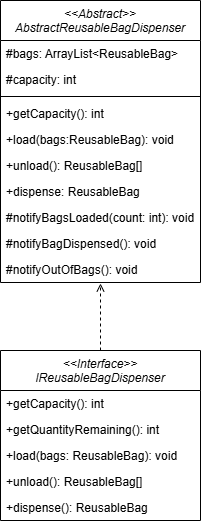
Earlier version of the draw.io export visuals/class_structure_diagram_v1_1.png (marinara782/SuperMarket-Project-2). Source tidied: cells renumbered, new cells last; positions are measured from the earlier drawing's top-left corner, leaving out a move shared by most shapes.
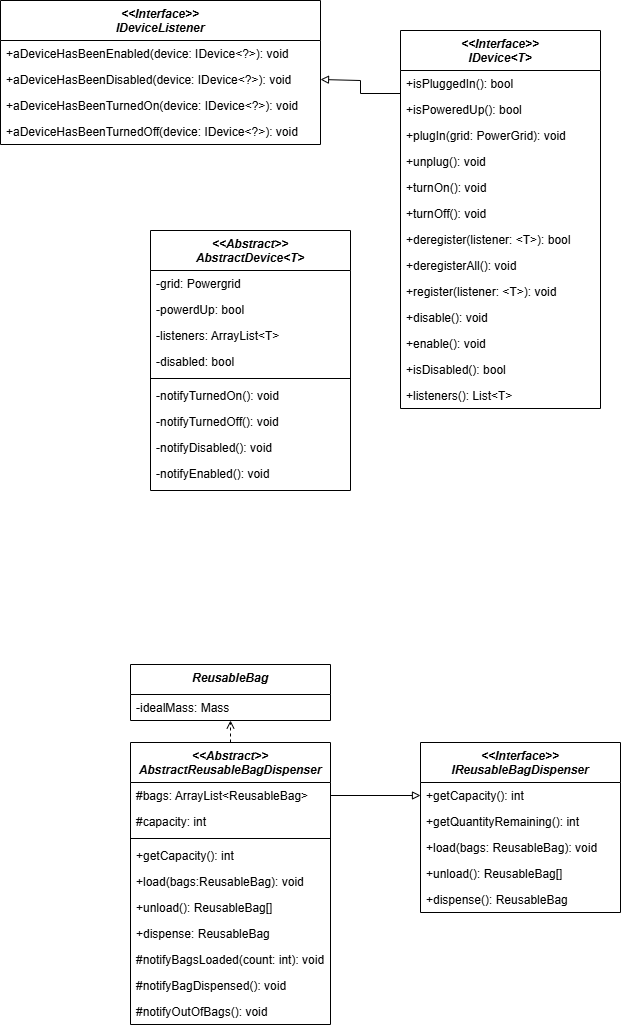
Above is the later version.

Commit message:
Modified diagram to include Reusable Bag functionality and general abstract classes. Removal pending

Change to the diagram source:
```diff
@@ -2,8 +2,11 @@
   <root>
     <mxCell id="0" />
     <mxCell id="1" parent="0" />
+    <mxCell id="20" style="edgeStyle=orthogonalEdgeStyle;rounded=0;jettySize=auto;html=1;exitX=0.5;exitY=0;exitDx=0;exitDy=0;entryX=0.5;entryY=1;entryDx=0;entryDy=0;dashed=1;endArrow=open;endFill=0;" parent="1" edge="1" source="2" target="52">
+      <mxGeometry relative="1" as="geometry" />
+    </mxCell>
-    <mxCell id="2" value="&lt;&lt;Abstract&gt;&gt;&#10;AbstractReusableBagDispenser" style="swimlane;fontStyle=2;align=center;verticalAlign=top;horizontal=1;startSize=40;rounded=0;shadow=0;strokeWidth=1;" parent="1" vertex="1">
-      <mxGeometry width="200" height="282" as="geometry" />
+    <mxCell id="2" value="&lt;&lt;Abstract&gt;&gt;&#10;AbstractReusableBagDispenser" style="swimlane;fontStyle=3;align=center;verticalAlign=top;horizontal=1;startSize=40;rounded=0;shadow=0;strokeWidth=1;" parent="1" vertex="1">
+      <mxGeometry x="-30" y="-98" width="200" height="282" as="geometry" />
     </mxCell>
     <mxCell id="3" value="#bags: ArrayList&lt;ReusableBag&gt;" style="text;align=left;verticalAlign=top;spacingLeft=4;spacingRight=4;overflow=hidden;points=[[0,0.5],[1,0.5]];portConstraint=eastwest;" parent="2" vertex="1">
       <mxGeometry y="40" width="200" height="26" as="geometry" />
@@ -35,8 +38,8 @@
     <mxCell id="12" value="#notifyOutOfBags(): void" style="text;align=left;verticalAlign=top;spacingLeft=4;spacingRight=4;overflow=hidden;points=[[0,0.5],[1,0.5]];portConstraint=eastwest;" parent="2" vertex="1">
       <mxGeometry y="256" width="200" height="26" as="geometry" />
     </mxCell>
-    <mxCell id="13" value="&lt;&lt;Interface&gt;&gt;&#10;IReusableBagDispenser" style="swimlane;fontStyle=2;align=center;verticalAlign=top;horizontal=1;startSize=40;rounded=0;shadow=0;strokeWidth=1;" parent="1" vertex="1">
-      <mxGeometry y="350" width="200" height="170" as="geometry" />
+    <mxCell id="13" value="&lt;&lt;Interface&gt;&gt;&#10;IReusableBagDispenser" style="swimlane;fontStyle=3;align=center;verticalAlign=top;horizontal=1;startSize=40;rounded=0;shadow=0;strokeWidth=1;" parent="1" vertex="1">
+      <mxGeometry x="260" y="-98" width="200" height="170" as="geometry" />
     </mxCell>
     <mxCell id="14" value="+getCapacity(): int" style="text;align=left;verticalAlign=top;spacingLeft=4;spacingRight=4;overflow=hidden;points=[[0,0.5],[1,0.5]];portConstraint=eastwest;" parent="13" vertex="1">
       <mxGeometry y="40" width="200" height="26" as="geometry" />
@@ -53,8 +56,109 @@
     <mxCell id="18" value="+dispense(): ReusableBag" style="text;align=left;verticalAlign=top;spacingLeft=4;spacingRight=4;overflow=hidden;rounded=0;shadow=0;html=0;" parent="13" vertex="1">
       <mxGeometry y="144" width="200" height="26" as="geometry" />
     </mxCell>
-    <mxCell id="19" style="edgeStyle=orthogonalEdgeStyle;rounded=0;jettySize=auto;html=1;exitX=0.5;exitY=0;exitDx=0;exitDy=0;entryX=0.5;entryY=1.038;entryDx=0;entryDy=0;entryPerimeter=0;dashed=1;endArrow=open;endFill=0;" parent="1" edge="1" source="13" target="12">
-      <mxGeometry relative="1" as="geometry" />
-    </mxCell>
+    <mxCell id="21" value="&lt;&lt;Abstract&gt;&gt;&#10;AbstractDevice&lt;T&gt;" style="swimlane;fontStyle=3;align=center;verticalAlign=top;horizontal=1;startSize=40;rounded=0;shadow=0;strokeWidth=1;" parent="1" vertex="1">
+      <mxGeometry x="-10" y="-610" width="200" height="260" as="geometry" />
+    </mxCell>
+    <mxCell id="22" value="-grid: Powergrid" style="text;align=left;verticalAlign=top;spacingLeft=4;spacingRight=4;overflow=hidden;" parent="21" vertex="1">
+      <mxGeometry y="40" width="200" height="26" as="geometry" />
+    </mxCell>
+    <mxCell id="23" value="-powerdUp: bool" style="text;align=left;verticalAlign=top;spacingLeft=4;spacingRight=4;overflow=hidden;rounded=0;shadow=0;html=0;" parent="21" vertex="1">
+      <mxGeometry y="66" width="200" height="26" as="geometry" />
+    </mxCell>
+    <mxCell id="24" value="-listeners: ArrayList&lt;T&gt;" style="text;align=left;verticalAlign=top;spacingLeft=4;spacingRight=4;overflow=hidden;rounded=0;shadow=0;html=0;" parent="21" vertex="1">
+      <mxGeometry y="92" width="200" height="26" as="geometry" />
+    </mxCell>
+    <mxCell id="25" value="-disabled: bool" style="text;align=left;verticalAlign=top;spacingLeft=4;spacingRight=4;overflow=hidden;rounded=0;shadow=0;html=0;" parent="21" vertex="1">
+      <mxGeometry y="118" width="200" height="26" as="geometry" />
+    </mxCell>
+    <mxCell id="26" style="line;html=1;strokeWidth=1;align=left;verticalAlign=middle;spacingTop=-1;spacingLeft=3;spacingRight=3;labelPosition=right;" parent="21" vertex="1">
+      <mxGeometry y="144" width="200" height="8" as="geometry" />
+    </mxCell>
+    <mxCell id="27" value="-notifyTurnedOn(): void" style="text;align=left;verticalAlign=top;spacingLeft=4;spacingRight=4;overflow=hidden;" parent="21" vertex="1">
+      <mxGeometry y="152" width="200" height="26" as="geometry" />
+    </mxCell>
+    <mxCell id="28" value="-notifyTurnedOff(): void" style="text;align=left;verticalAlign=top;spacingLeft=4;spacingRight=4;overflow=hidden;" parent="21" vertex="1">
+      <mxGeometry y="178" width="200" height="26" as="geometry" />
+    </mxCell>
+    <mxCell id="29" value="-notifyDisabled(): void" style="text;align=left;verticalAlign=top;spacingLeft=4;spacingRight=4;overflow=hidden;" parent="21" vertex="1">
+      <mxGeometry y="204" width="200" height="26" as="geometry" />
+    </mxCell>
+    <mxCell id="30" value="-notifyEnabled(): void" style="text;align=left;verticalAlign=top;spacingLeft=4;spacingRight=4;overflow=hidden;" parent="21" vertex="1">
+      <mxGeometry y="230" width="200" height="26" as="geometry" />
+    </mxCell>
+    <mxCell id="31" value="&lt;&lt;Interface&gt;&gt;&#10;IDevice&lt;T&gt;" style="swimlane;fontStyle=3;align=center;verticalAlign=top;horizontal=1;startSize=40;rounded=0;shadow=0;strokeWidth=1;" parent="1" vertex="1">
+      <mxGeometry x="240" y="-810" width="200" height="378" as="geometry" />
+    </mxCell>
+    <mxCell id="32" value="+isPluggedIn(): bool" style="text;align=left;verticalAlign=top;spacingLeft=4;spacingRight=4;overflow=hidden;points=[[0,0.5],[1,0.5]];portConstraint=eastwest;" parent="31" vertex="1">
+      <mxGeometry y="40" width="200" height="26" as="geometry" />
+    </mxCell>
+    <mxCell id="33" value="+isPoweredUp(): bool" style="text;align=left;verticalAlign=top;spacingLeft=4;spacingRight=4;overflow=hidden;rounded=0;shadow=0;html=0;" parent="31" vertex="1">
+      <mxGeometry y="66" width="200" height="26" as="geometry" />
+    </mxCell>
+    <mxCell id="34" value="+plugIn(grid: PowerGrid): void" style="text;align=left;verticalAlign=top;spacingLeft=4;spacingRight=4;overflow=hidden;rounded=0;shadow=0;html=0;" parent="31" vertex="1">
+      <mxGeometry y="92" width="200" height="26" as="geometry" />
+    </mxCell>
+    <mxCell id="35" value="+unplug(): void" style="text;align=left;verticalAlign=top;spacingLeft=4;spacingRight=4;overflow=hidden;rounded=0;shadow=0;html=0;" parent="31" vertex="1">
+      <mxGeometry y="118" width="200" height="26" as="geometry" />
+    </mxCell>
+    <mxCell id="36" value="+turnOn(): void" style="text;align=left;verticalAlign=top;spacingLeft=4;spacingRight=4;overflow=hidden;rounded=0;shadow=0;html=0;" parent="31" vertex="1">
+      <mxGeometry y="144" width="200" height="26" as="geometry" />
+    </mxCell>
+    <mxCell id="37" value="+turnOff(): void" style="text;align=left;verticalAlign=top;spacingLeft=4;spacingRight=4;overflow=hidden;rounded=0;shadow=0;html=0;" parent="31" vertex="1">
+      <mxGeometry y="170" width="200" height="26" as="geometry" />
+    </mxCell>
+    <mxCell id="38" value="+deregister(listener: &lt;T&gt;): bool" style="text;align=left;verticalAlign=top;spacingLeft=4;spacingRight=4;overflow=hidden;rounded=0;shadow=0;html=0;" parent="31" vertex="1">
+      <mxGeometry y="196" width="200" height="26" as="geometry" />
+    </mxCell>
+    <mxCell id="39" value="+deregisterAll(): void" style="text;align=left;verticalAlign=top;spacingLeft=4;spacingRight=4;overflow=hidden;rounded=0;shadow=0;html=0;" parent="31" vertex="1">
+      <mxGeometry y="222" width="200" height="26" as="geometry" />
+    </mxCell>
+    <mxCell id="40" value="+register(listener: &lt;T&gt;): void" style="text;align=left;verticalAlign=top;spacingLeft=4;spacingRight=4;overflow=hidden;rounded=0;shadow=0;html=0;" parent="31" vertex="1">
+      <mxGeometry y="248" width="200" height="26" as="geometry" />
+    </mxCell>
+    <mxCell id="41" value="+disable(): void" style="text;align=left;verticalAlign=top;spacingLeft=4;spacingRight=4;overflow=hidden;rounded=0;shadow=0;html=0;" parent="31" vertex="1">
+      <mxGeometry y="274" width="200" height="26" as="geometry" />
+    </mxCell>
+    <mxCell id="42" value="+enable(): void" style="text;align=left;verticalAlign=top;spacingLeft=4;spacingRight=4;overflow=hidden;rounded=0;shadow=0;html=0;" parent="31" vertex="1">
+      <mxGeometry y="300" width="200" height="26" as="geometry" />
+    </mxCell>
+    <mxCell id="43" value="+isDisabled(): bool" style="text;align=left;verticalAlign=top;spacingLeft=4;spacingRight=4;overflow=hidden;rounded=0;shadow=0;html=0;" parent="31" vertex="1">
+      <mxGeometry y="326" width="200" height="26" as="geometry" />
+    </mxCell>
+    <mxCell id="44" value="+listeners(): List&lt;T&gt;" style="text;align=left;verticalAlign=top;spacingLeft=4;spacingRight=4;overflow=hidden;rounded=0;shadow=0;html=0;" parent="31" vertex="1">
+      <mxGeometry y="352" width="200" height="26" as="geometry" />
+    </mxCell>
+    <mxCell id="45" value="&lt;&lt;Interface&gt;&gt;&#10;IDeviceListener" style="swimlane;fontStyle=3;align=center;verticalAlign=top;horizontal=1;startSize=40;rounded=0;shadow=0;strokeWidth=1;" parent="1" vertex="1">
+      <mxGeometry x="-160" y="-840" width="320" height="144" as="geometry" />
+    </mxCell>
+    <mxCell id="46" value="+aDeviceHasBeenEnabled(device: IDevice&lt;?&gt;): void" style="text;align=left;verticalAlign=top;spacingLeft=4;spacingRight=4;overflow=hidden;" parent="45" vertex="1">
+      <mxGeometry y="40" width="320" height="26" as="geometry" />
+    </mxCell>
+    <mxCell id="47" value="+aDeviceHasBeenDisabled(device: IDevice&lt;?&gt;): void" style="text;align=left;verticalAlign=top;spacingLeft=4;spacingRight=4;overflow=hidden;points=[[0,0.5],[1,0.5]];portConstraint=eastwest;rounded=0;shadow=0;html=0;" parent="45" vertex="1">
+      <mxGeometry y="66" width="320" height="26" as="geometry" />
+    </mxCell>
+    <mxCell id="48" value="+aDeviceHasBeenTurnedOn(device: IDevice&lt;?&gt;): void" style="text;align=left;verticalAlign=top;spacingLeft=4;spacingRight=4;overflow=hidden;rounded=0;shadow=0;html=0;" parent="45" vertex="1">
+      <mxGeometry y="92" width="320" height="26" as="geometry" />
+    </mxCell>
+    <mxCell id="49" value="+aDeviceHasBeenTurnedOff(device: IDevice&lt;?&gt;): void" style="text;align=left;verticalAlign=top;spacingLeft=4;spacingRight=4;overflow=hidden;rounded=0;shadow=0;html=0;" parent="45" vertex="1">
+      <mxGeometry y="118" width="320" height="26" as="geometry" />
+    </mxCell>
+    <mxCell id="50" style="edgeStyle=orthogonalEdgeStyle;rounded=0;jettySize=auto;html=1;exitX=0;exitY=0.5;exitDx=0;exitDy=0;entryX=1;entryY=0.5;entryDx=0;entryDy=0;endArrow=block;endFill=0;" parent="1" edge="1" source="32" target="47">
+      <mxGeometry relative="1" as="geometry">
+        <Array as="points">
+          <mxPoint x="200" y="-747" />
+          <mxPoint x="200" y="-760" />
+        </Array>
+      </mxGeometry>
+    </mxCell>
+    <mxCell id="51" style="edgeStyle=orthogonalEdgeStyle;rounded=0;jettySize=auto;html=1;exitX=1;exitY=0.5;exitDx=0;exitDy=0;entryX=0;entryY=0.5;entryDx=0;entryDy=0;endArrow=block;endFill=0;" parent="1" edge="1" source="3" target="14">
+      <mxGeometry relative="1" as="geometry" />
+    </mxCell>
+    <mxCell id="52" value="ReusableBag" style="swimlane;fontStyle=3;align=center;verticalAlign=top;horizontal=1;startSize=30;rounded=0;shadow=0;strokeWidth=1;" parent="1" vertex="1">
+      <mxGeometry x="-30" y="-176" width="200" height="56" as="geometry" />
+    </mxCell>
+    <mxCell id="53" value="-idealMass: Mass" style="text;align=left;verticalAlign=top;spacingLeft=4;spacingRight=4;overflow=hidden;" parent="52" vertex="1">
+      <mxGeometry y="30" width="200" height="26" as="geometry" />
+    </mxCell>
   </root>
 </mxGraphModel>
```
